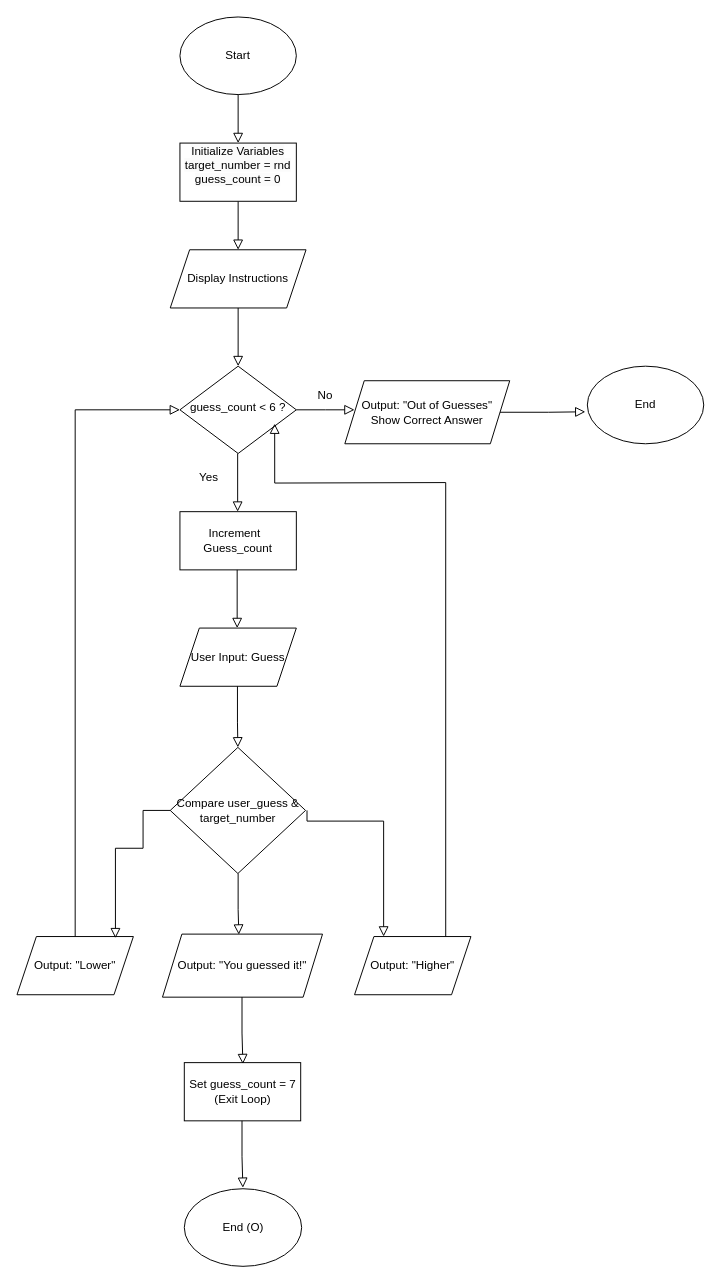
Above: Untitled Diagram.drawio in RashadMussa/ICS3U_S2 (draw.io), before the change. Source tidied: cells renumbered, new cells numbered last; positions are measured from the earlier drawing's top-left corner, leaving out a move shared by most shapes. Both pictures are drawn from the tidied source at 97%, with x=0, y=0 at pixel (16, 16).
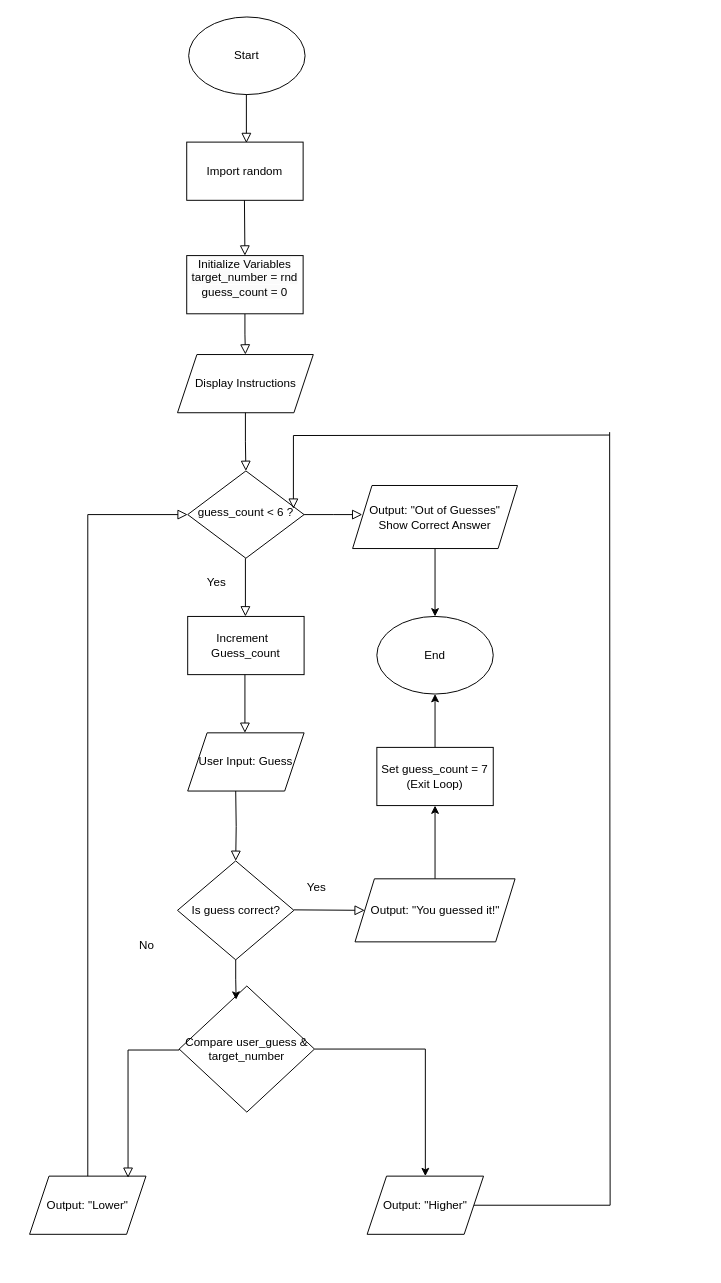
Above is the later version.

Change to the diagram source:
```diff
@@
-    <mxCell id="2" style="rounded=0;html=1;jettySize=auto;fontSize=11;endArrow=block;endFill=0;endSize=8;strokeWidth=1;shadow=0;labelBackgroundColor=none;edgeStyle=orthogonalEdgeStyle;exitX=0.5;exitY=1;exitDx=0;exitDy=0;entryX=0.5;entryY=0;entryDx=0;entryDy=0;" parent="1" edge="1" source="3" target="18">
-      <mxGeometry relative="1" as="geometry" />
-    </mxCell>
     <mxCell id="3" value="Start" style="ellipse;whiteSpace=wrap;html=1;" parent="1" vertex="1">
-      <mxGeometry x="168" width="120" height="80" as="geometry" />
+      <mxGeometry x="177" width="120" height="80" as="geometry" />
     </mxCell>
     <mxCell id="4" value="Display Instructions" style="shape=parallelogram;perimeter=parallelogramPerimeter;whiteSpace=wrap;html=1;fixedSize=1;" parent="1" vertex="1">
-      <mxGeometry x="158" y="240" width="140" height="60" as="geometry" />
+      <mxGeometry x="165.5" y="348" width="140" height="60" as="geometry" />
     </mxCell>
@@
     <mxCell id="6" value="guess_count &lt; 6 ?" style="rhombus;whiteSpace=wrap;html=1;shadow=0;fontFamily=Helvetica;fontSize=12;align=center;strokeWidth=1;spacing=6;spacingTop=-4;" parent="1" vertex="1">
-      <mxGeometry x="168" y="360" width="120" height="90" as="geometry" />
+      <mxGeometry x="176" y="468" width="120" height="90" as="geometry" />
     </mxCell>
@@
     <mxCell id="8" style="rounded=0;html=1;jettySize=auto;fontSize=11;endArrow=block;endFill=0;endSize=8;strokeWidth=1;shadow=0;labelBackgroundColor=none;edgeStyle=orthogonalEdgeStyle;exitX=1;exitY=0.5;exitDx=0;exitDy=0;" parent="1" edge="1" source="6">
       <mxGeometry relative="1" as="geometry">
-        <mxPoint x="348" y="405" as="targetPoint" />
+        <mxPoint x="356" y="513" as="targetPoint" />
       </mxGeometry>
     </mxCell>
+    <mxCell id="14" style="edgeStyle=orthogonalEdgeStyle;rounded=0;jettySize=auto;html=1;entryX=0.5;entryY=0;entryDx=0;entryDy=0;" parent="1" edge="1" source="9" target="13">
+      <mxGeometry relative="1" as="geometry" />
+    </mxCell>
     <mxCell id="9" value="Output: &quot;Out of Guesses&quot;&lt;div&gt;Show Correct Answer&lt;/div&gt;" style="shape=parallelogram;perimeter=parallelogramPerimeter;whiteSpace=wrap;html=1;fixedSize=1;" parent="1" vertex="1">
-      <mxGeometry x="338" y="375" width="170" height="65" as="geometry" />
+      <mxGeometry x="346" y="483" width="170" height="65" as="geometry" />
     </mxCell>
-    <mxCell id="10" value="No" style="text;strokeColor=none;align=center;fillColor=none;html=1;verticalAlign=middle;whiteSpace=wrap;rounded=0;" parent="1" vertex="1">
-      <mxGeometry x="288" y="375" width="60" height="30" as="geometry" />
-    </mxCell>
     <mxCell id="11" style="rounded=0;html=1;jettySize=auto;orthogonalLoop=1;fontSize=11;endArrow=block;endFill=0;endSize=8;strokeWidth=1;shadow=0;labelBackgroundColor=none;edgeStyle=orthogonalEdgeStyle;exitX=0.5;exitY=1;exitDx=0;exitDy=0;entryX=0.5;entryY=0;entryDx=0;entryDy=0;" parent="1" edge="1">
       <mxGeometry relative="1" as="geometry">
-        <mxPoint x="227.5" y="450" as="sourcePoint" />
-        <mxPoint x="227.5" y="510" as="targetPoint" />
+        <mxPoint x="235.5" y="558" as="sourcePoint" />
+        <mxPoint x="235.5" y="618" as="targetPoint" />
       </mxGeometry>
     </mxCell>
     <mxCell id="12" value="Yes" style="text;strokeColor=none;align=center;fillColor=none;html=1;verticalAlign=middle;whiteSpace=wrap;rounded=0;" parent="1" vertex="1">
-      <mxGeometry x="168" y="460" width="60" height="30" as="geometry" />
+      <mxGeometry x="176" y="568" width="60" height="30" as="geometry" />
     </mxCell>
     <mxCell id="13" value="End" style="ellipse;whiteSpace=wrap;html=1;" parent="1" vertex="1">
-      <mxGeometry x="588" y="360" width="120" height="80" as="geometry" />
+      <mxGeometry x="371" y="618" width="120" height="80" as="geometry" />
     </mxCell>
-    <mxCell id="14" style="rounded=0;html=1;jettySize=auto;fontSize=11;endArrow=block;endFill=0;endSize=8;strokeWidth=1;shadow=0;labelBackgroundColor=none;edgeStyle=orthogonalEdgeStyle;exitX=1;exitY=0.5;exitDx=0;exitDy=0;entryX=-0.017;entryY=0.588;entryDx=0;entryDy=0;entryPerimeter=0;" parent="1" edge="1" source="9" target="13">
-      <mxGeometry relative="1" as="geometry" />
-    </mxCell>
     <mxCell id="15" value="&lt;div&gt;&lt;span style=&quot;background-color: transparent; color: light-dark(rgb(0, 0, 0), rgb(255, 255, 255));&quot;&gt;Increment&amp;nbsp;&amp;nbsp;&lt;/span&gt;&lt;/div&gt;&lt;div&gt;&lt;span style=&quot;background-color: transparent; color: light-dark(rgb(0, 0, 0), rgb(255, 255, 255));&quot;&gt;Guess_count&lt;/span&gt;&lt;/div&gt;" style="rounded=0;whiteSpace=wrap;html=1;" parent="1" vertex="1">
-      <mxGeometry x="168" y="510" width="120" height="60" as="geometry" />
+      <mxGeometry x="176" y="618" width="120" height="60" as="geometry" />
     </mxCell>
     <mxCell id="16" style="rounded=0;html=1;jettySize=auto;orthogonalLoop=1;fontSize=11;endArrow=block;endFill=0;endSize=8;strokeWidth=1;shadow=0;labelBackgroundColor=none;edgeStyle=orthogonalEdgeStyle;exitX=0.5;exitY=1;exitDx=0;exitDy=0;entryX=0.5;entryY=0;entryDx=0;entryDy=0;" parent="1" edge="1">
       <mxGeometry relative="1" as="geometry">
-        <mxPoint x="227" y="570" as="sourcePoint" />
-        <mxPoint x="227" y="630" as="targetPoint" />
+        <mxPoint x="235" y="678" as="sourcePoint" />
+        <mxPoint x="235" y="738" as="targetPoint" />
       </mxGeometry>
     </mxCell>
     <mxCell id="17" value="User Input: Guess" style="shape=parallelogram;perimeter=parallelogramPerimeter;whiteSpace=wrap;html=1;fixedSize=1;" parent="1" vertex="1">
-      <mxGeometry x="168" y="630" width="120" height="60" as="geometry" />
+      <mxGeometry x="176" y="738" width="120" height="60" as="geometry" />
     </mxCell>
     <mxCell id="18" value="&#10;&lt;span style=&quot;color: rgb(0, 0, 0); font-family: Helvetica; font-size: 12px; font-style: normal; font-variant-ligatures: normal; font-variant-caps: normal; font-weight: 400; letter-spacing: normal; orphans: 2; text-align: center; text-indent: 0px; text-transform: none; widows: 2; word-spacing: 0px; -webkit-text-stroke-width: 0px; white-space: normal; background-color: rgb(251, 251, 251); text-decoration-thickness: initial; text-decoration-style: initial; text-decoration-color: initial; display: inline !important; float: none;&quot;&gt;Initialize Variables target_number = rnd guess_count = 0&lt;/span&gt;&#10;&#10;" style="rounded=0;whiteSpace=wrap;html=1;" parent="1" vertex="1">
-      <mxGeometry x="168" y="130" width="120" height="60" as="geometry" />
+      <mxGeometry x="175" y="246" width="120" height="60" as="geometry" />
     </mxCell>
+    <mxCell id="34" style="edgeStyle=orthogonalEdgeStyle;rounded=0;jettySize=auto;html=1;entryX=0.5;entryY=0;entryDx=0;entryDy=0;" parent="1" edge="1" source="19" target="22">
+      <mxGeometry relative="1" as="geometry" />
+    </mxCell>
     <mxCell id="19" value="Compare user_guess &amp; target_number" style="rhombus;whiteSpace=wrap;html=1;" parent="1" vertex="1">
-      <mxGeometry x="158" y="753" width="139.5" height="130" as="geometry" />
+      <mxGeometry x="167.2" y="999" width="139.5" height="130" as="geometry" />
     </mxCell>
-    <mxCell id="20" style="rounded=0;html=1;jettySize=auto;fontSize=11;endArrow=block;endFill=0;endSize=8;strokeWidth=1;shadow=0;labelBackgroundColor=none;edgeStyle=orthogonalEdgeStyle;exitX=0.5;exitY=1;exitDx=0;exitDy=0;entryX=0.5;entryY=0;entryDx=0;entryDy=0;" parent="1" edge="1" target="19">
-      <mxGeometry relative="1" as="geometry">
-        <mxPoint x="227.3" y="690" as="sourcePoint" />
-        <Array as="points">
-          <mxPoint x="227" y="727" />
-          <mxPoint x="228" y="727" />
-        </Array>
-      </mxGeometry>
-    </mxCell>
-    <mxCell id="21" value="Output: &quot;You guessed it!&quot;" style="shape=parallelogram;perimeter=parallelogramPerimeter;whiteSpace=wrap;html=1;fixedSize=1;" parent="1" vertex="1">
-      <mxGeometry x="150" y="945.5" width="165" height="65" as="geometry" />
-    </mxCell>
+    <mxCell id="35" style="edgeStyle=orthogonalEdgeStyle;rounded=0;jettySize=auto;html=1;endArrow=none;startFill=0;" parent="1" edge="1" source="22">
+      <mxGeometry relative="1" as="geometry">
+        <mxPoint x="611" y="428" as="targetPoint" />
+      </mxGeometry>
+    </mxCell>
     <mxCell id="22" value="Output: &quot;Higher&quot;" style="shape=parallelogram;perimeter=parallelogramPerimeter;whiteSpace=wrap;html=1;fixedSize=1;" parent="1" vertex="1">
-      <mxGeometry x="348" y="948" width="120" height="60" as="geometry" />
+      <mxGeometry x="361" y="1195" width="120" height="60" as="geometry" />
     </mxCell>
     <mxCell id="23" value="Output: &quot;Lower&quot;" style="shape=parallelogram;perimeter=parallelogramPerimeter;whiteSpace=wrap;html=1;fixedSize=1;" parent="1" vertex="1">
-      <mxGeometry y="948" width="120" height="60" as="geometry" />
+      <mxGeometry x="13" y="1195" width="120" height="60" as="geometry" />
     </mxCell>
+    <mxCell id="36" style="edgeStyle=orthogonalEdgeStyle;rounded=0;jettySize=auto;html=1;entryX=0.5;entryY=1;entryDx=0;entryDy=0;" parent="1" edge="1" source="24" target="13">
+      <mxGeometry relative="1" as="geometry" />
+    </mxCell>
     <mxCell id="24" value="Set guess_count = 7 (Exit Loop)" style="rounded=0;whiteSpace=wrap;html=1;" parent="1" vertex="1">
-      <mxGeometry x="172.5" y="1078" width="120" height="60" as="geometry" />
+      <mxGeometry x="371" y="753" width="120" height="60" as="geometry" />
     </mxCell>
-    <mxCell id="25" value="End (O)" style="ellipse;whiteSpace=wrap;html=1;" parent="1" vertex="1">
-      <mxGeometry x="172.5" y="1208" width="121" height="80" as="geometry" />
-    </mxCell>
-    <mxCell id="26" style="rounded=0;html=1;jettySize=auto;orthogonalLoop=1;fontSize=11;endArrow=block;endFill=0;endSize=8;strokeWidth=1;shadow=0;labelBackgroundColor=none;edgeStyle=orthogonalEdgeStyle;exitX=0.5;exitY=1;exitDx=0;exitDy=0;entryX=0.5;entryY=0;entryDx=0;entryDy=0;" parent="1" edge="1">
-      <mxGeometry relative="1" as="geometry">
-        <mxPoint x="228" y="883" as="sourcePoint" />
-        <mxPoint x="228.7" y="946" as="targetPoint" />
-        <Array as="points">
-          <mxPoint x="227.7" y="920" />
-          <mxPoint x="228.7" y="920" />
-        </Array>
-      </mxGeometry>
-    </mxCell>
-    <mxCell id="27" style="rounded=0;html=1;jettySize=auto;orthogonalLoop=1;fontSize=11;endArrow=block;endFill=0;endSize=8;strokeWidth=1;shadow=0;labelBackgroundColor=none;edgeStyle=orthogonalEdgeStyle;exitX=0.5;exitY=1;exitDx=0;exitDy=0;entryX=0.5;entryY=0;entryDx=0;entryDy=0;" parent="1" edge="1">
-      <mxGeometry relative="1" as="geometry">
-        <mxPoint x="232" y="1138" as="sourcePoint" />
-        <mxPoint x="232.9" y="1207" as="targetPoint" />
-        <Array as="points">
-          <mxPoint x="231.9" y="1175" />
-        </Array>
-      </mxGeometry>
-    </mxCell>
-    <mxCell id="28" style="rounded=0;html=1;jettySize=auto;orthogonalLoop=1;fontSize=11;endArrow=none;endFill=0;endSize=8;strokeWidth=1;shadow=0;labelBackgroundColor=none;edgeStyle=orthogonalEdgeStyle;exitX=0.5;exitY=1;exitDx=0;exitDy=0;strokeColor=default;startFill=0;" parent="1" edge="1">
-      <mxGeometry relative="1" as="geometry">
-        <mxPoint x="442" y="948" as="sourcePoint" />
-        <mxPoint x="442" y="480" as="targetPoint" />
-      </mxGeometry>
-    </mxCell>
@@
-    <mxCell id="30" style="rounded=0;html=1;jettySize=auto;orthogonalLoop=1;fontSize=11;endArrow=block;endFill=0;endSize=8;strokeWidth=1;shadow=0;labelBackgroundColor=none;edgeStyle=orthogonalEdgeStyle;exitX=0.5;exitY=1;exitDx=0;exitDy=0;entryX=0.5;entryY=0;entryDx=0;entryDy=0;" parent="1" edge="1">
-      <mxGeometry relative="1" as="geometry">
-        <mxPoint x="232" y="1010.5" as="sourcePoint" />
-        <mxPoint x="232.9" y="1079.5" as="targetPoint" />
-        <Array as="points">
-          <mxPoint x="231.9" y="1047.5" />
-        </Array>
-      </mxGeometry>
-    </mxCell>
     <mxCell id="31" style="rounded=0;html=1;jettySize=auto;fontSize=11;endArrow=block;endFill=0;endSize=8;strokeWidth=1;shadow=0;labelBackgroundColor=none;edgeStyle=orthogonalEdgeStyle;exitX=0;exitY=0.5;exitDx=0;exitDy=0;entryX=0.846;entryY=0.029;entryDx=0;entryDy=0;entryPerimeter=0;" parent="1" edge="1" source="19" target="23">
       <mxGeometry relative="1" as="geometry">
         <Array as="points">
-          <mxPoint x="130" y="818" />
-          <mxPoint x="130" y="857" />
-          <mxPoint x="102" y="857" />
+          <mxPoint x="115" y="1065" />
         </Array>
       </mxGeometry>
     </mxCell>
-    <mxCell id="32" style="rounded=0;html=1;jettySize=auto;fontSize=11;endArrow=block;endFill=0;endSize=8;strokeWidth=1;shadow=0;labelBackgroundColor=none;edgeStyle=orthogonalEdgeStyle;entryX=0.25;entryY=0;entryDx=0;entryDy=0;" parent="1" edge="1" target="22">
-      <mxGeometry relative="1" as="geometry">
-        <mxPoint x="299" y="818" as="sourcePoint" />
-        <Array as="points">
-          <mxPoint x="299" y="829" />
-          <mxPoint x="378" y="829" />
-        </Array>
-      </mxGeometry>
-    </mxCell>
-    <mxCell id="33" style="rounded=0;html=1;jettySize=auto;fontSize=11;endArrow=block;endFill=0;endSize=8;strokeWidth=1;shadow=0;labelBackgroundColor=none;edgeStyle=orthogonalEdgeStyle;strokeColor=default;startFill=0;entryX=0.814;entryY=0.658;entryDx=0;entryDy=0;entryPerimeter=0;" parent="1" edge="1" target="6">
-      <mxGeometry relative="1" as="geometry">
-        <mxPoint x="442" y="480" as="sourcePoint" />
-      </mxGeometry>
-    </mxCell>
+    <mxCell id="37" value="Import random" style="rounded=0;whiteSpace=wrap;html=1;" parent="1" vertex="1">
+      <mxGeometry x="175" y="129" width="120" height="60" as="geometry" />
+    </mxCell>
+    <mxCell id="38" style="rounded=0;html=1;jettySize=auto;orthogonalLoop=1;fontSize=11;endArrow=block;endFill=0;endSize=8;strokeWidth=1;shadow=0;labelBackgroundColor=none;edgeStyle=orthogonalEdgeStyle;exitX=0.5;exitY=1;exitDx=0;exitDy=0;entryX=0.5;entryY=0;entryDx=0;entryDy=0;" parent="1" edge="1">
+      <mxGeometry relative="1" as="geometry">
+        <mxPoint x="236.5" y="80" as="sourcePoint" />
+        <mxPoint x="236.5" y="130" as="targetPoint" />
+      </mxGeometry>
+    </mxCell>
+    <mxCell id="39" style="rounded=0;html=1;jettySize=auto;fontSize=11;endArrow=block;endFill=0;endSize=8;strokeWidth=1;shadow=0;labelBackgroundColor=none;edgeStyle=orthogonalEdgeStyle;exitX=0.5;exitY=1;exitDx=0;exitDy=0;entryX=0.5;entryY=0;entryDx=0;entryDy=0;" parent="1" edge="1" target="18">
+      <mxGeometry relative="1" as="geometry">
+        <mxPoint x="234.5" y="189" as="sourcePoint" />
+      </mxGeometry>
+    </mxCell>
+    <mxCell id="40" value="Is guess correct?" style="rhombus;whiteSpace=wrap;html=1;" parent="1" vertex="1">
+      <mxGeometry x="165.5" y="870" width="120" height="102" as="geometry" />
+    </mxCell>
+    <mxCell id="41" style="rounded=0;html=1;jettySize=auto;fontSize=11;endArrow=block;endFill=0;endSize=8;strokeWidth=1;shadow=0;labelBackgroundColor=none;edgeStyle=orthogonalEdgeStyle;exitX=0.5;exitY=1;exitDx=0;exitDy=0;entryX=0.5;entryY=0;entryDx=0;entryDy=0;" parent="1" edge="1" target="40">
+      <mxGeometry relative="1" as="geometry">
+        <mxPoint x="225.5" y="798" as="sourcePoint" />
+      </mxGeometry>
+    </mxCell>
+    <mxCell id="42" style="edgeStyle=orthogonalEdgeStyle;rounded=0;jettySize=auto;html=1;" parent="1" edge="1" source="21" target="24">
+      <mxGeometry relative="1" as="geometry" />
+    </mxCell>
+    <mxCell id="21" value="Output: &quot;You guessed it!&quot;" style="shape=parallelogram;perimeter=parallelogramPerimeter;whiteSpace=wrap;html=1;fixedSize=1;" parent="1" vertex="1">
+      <mxGeometry x="348.5" y="888.5" width="165" height="65" as="geometry" />
+    </mxCell>
+    <mxCell id="43" style="rounded=0;html=1;jettySize=auto;fontSize=11;endArrow=block;endFill=0;endSize=8;strokeWidth=1;shadow=0;labelBackgroundColor=none;edgeStyle=orthogonalEdgeStyle;exitX=1;exitY=0.5;exitDx=0;exitDy=0;entryX=0;entryY=0.5;entryDx=0;entryDy=0;" parent="1" edge="1" target="21">
+      <mxGeometry relative="1" as="geometry">
+        <mxPoint x="285.5" y="920.5" as="sourcePoint" />
+      </mxGeometry>
+    </mxCell>
+    <mxCell id="44" value="Yes" style="text;strokeColor=none;align=center;fillColor=none;html=1;verticalAlign=middle;whiteSpace=wrap;rounded=0;" parent="1" vertex="1">
+      <mxGeometry x="278.5" y="883" width="60" height="30" as="geometry" />
+    </mxCell>
+    <mxCell id="10" value="No" style="text;strokeColor=none;align=center;fillColor=none;html=1;verticalAlign=middle;whiteSpace=wrap;rounded=0;" parent="1" vertex="1">
+      <mxGeometry x="104" y="942" width="60" height="30" as="geometry" />
+    </mxCell>
+    <mxCell id="45" style="rounded=0;html=1;jettySize=auto;fontSize=11;endArrow=block;endFill=0;endSize=8;strokeWidth=1;shadow=0;labelBackgroundColor=none;edgeStyle=orthogonalEdgeStyle;entryX=0.908;entryY=0.433;entryDx=0;entryDy=0;entryPerimeter=0;" parent="1" edge="1" target="6">
+      <mxGeometry relative="1" as="geometry">
+        <mxPoint x="611" y="431" as="sourcePoint" />
+      </mxGeometry>
+    </mxCell>
+    <mxCell id="46" style="edgeStyle=orthogonalEdgeStyle;rounded=0;jettySize=auto;html=1;entryX=0.421;entryY=0.108;entryDx=0;entryDy=0;entryPerimeter=0;" parent="1" edge="1" source="40" target="19">
+      <mxGeometry relative="1" as="geometry" />
+    </mxCell>
```
